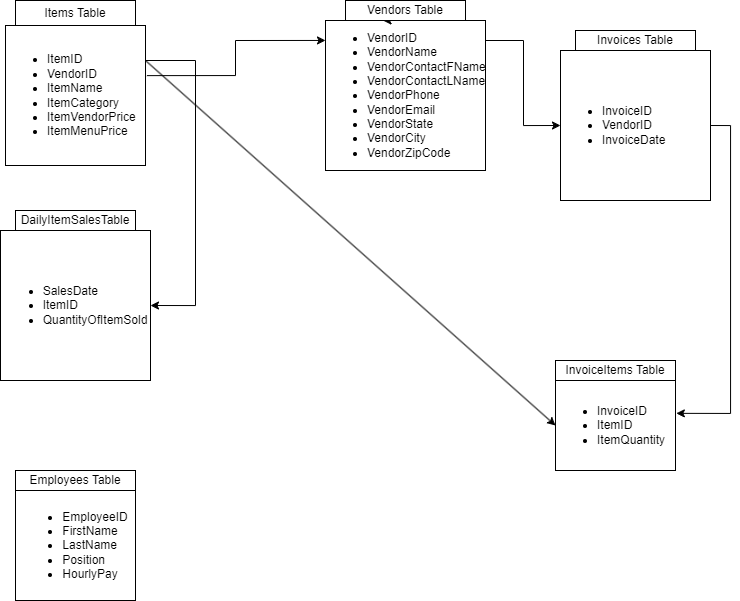
peterss7/sample_database keeps this draw.io diagram as Restaurant_db_diagram2.png. Above is the earlier version. Source tidied: cells renumbered, new cells last; positions are measured from the earlier drawing's top-left corner, leaving out a move shared by most shapes. The source it was exported from:
```xml
<mxGraphModel background="#ffffff">
  <root>
    <mxCell id="0" />
    <mxCell id="1" parent="0" />
    <mxCell id="2" style="edgeStyle=orthogonalEdgeStyle;rounded=0;jettySize=auto;html=1;exitX=1;exitY=0.25;exitDx=0;exitDy=0;entryX=0;entryY=0.5;entryDx=0;entryDy=0;" parent="1" edge="1" source="3" target="13">
      <mxGeometry relative="1" as="geometry">
        <Array as="points">
          <mxPoint x="485" y="40" />
          <mxPoint x="523" y="40" />
          <mxPoint x="523" y="125" />
        </Array>
      </mxGeometry>
    </mxCell>
    <mxCell id="3" value="&lt;ul&gt;&lt;li&gt;VendorID&lt;/li&gt;&lt;li&gt;VendorName&lt;/li&gt;&lt;li&gt;VendorContactFName&lt;/li&gt;&lt;li&gt;VendorContactLName&lt;/li&gt;&lt;li&gt;VendorPhone&lt;/li&gt;&lt;li&gt;VendorEmail&lt;/li&gt;&lt;li&gt;VendorState&lt;/li&gt;&lt;li&gt;VendorCity&lt;/li&gt;&lt;li&gt;VendorZipCode&lt;/li&gt;&lt;/ul&gt;" style="rounded=0;whiteSpace=wrap;html=1;align=left;labelPosition=center;verticalLabelPosition=middle;verticalAlign=middle;" parent="1" vertex="1">
      <mxGeometry x="325" y="20" width="160" height="150" as="geometry" />
    </mxCell>
    <mxCell id="4" style="edgeStyle=orthogonalEdgeStyle;rounded=0;orthogonalLoop=1;jettySize=auto;html=1;exitX=0.5;exitY=1;exitDx=0;exitDy=0;entryX=0.25;entryY=1;entryDx=0;entryDy=0;" parent="1" edge="1">
      <mxGeometry relative="1" as="geometry">
        <mxPoint x="405" y="20" as="sourcePoint" />
        <mxPoint x="382.5" y="20" as="targetPoint" />
      </mxGeometry>
    </mxCell>
    <mxCell id="5" style="edgeStyle=orthogonalEdgeStyle;rounded=0;jettySize=auto;html=1;exitX=1;exitY=0.25;exitDx=0;exitDy=0;entryX=1;entryY=0.5;entryDx=0;entryDy=0;" parent="1" edge="1" source="7" target="10">
      <mxGeometry relative="1" as="geometry">
        <Array as="points">
          <mxPoint x="195" y="60" />
          <mxPoint x="195" y="305" />
        </Array>
      </mxGeometry>
    </mxCell>
    <mxCell id="6" style="edgeStyle=orthogonalEdgeStyle;rounded=0;jettySize=auto;html=1;entryX=0;entryY=0.133;entryDx=0;entryDy=0;entryPerimeter=0;exitX=1.01;exitY=0.358;exitDx=0;exitDy=0;exitPerimeter=0;" parent="1" edge="1" source="7" target="3">
      <mxGeometry relative="1" as="geometry" />
    </mxCell>
    <mxCell id="7" value="&lt;ul&gt;&lt;li&gt;ItemID&lt;/li&gt;&lt;li&gt;VendorID&lt;/li&gt;&lt;li&gt;ItemName&lt;/li&gt;&lt;li&gt;ItemCategory&lt;/li&gt;&lt;li&gt;ItemVendorPrice&lt;/li&gt;&lt;li&gt;ItemMenuPrice&lt;/li&gt;&lt;/ul&gt;" style="whiteSpace=wrap;html=1;align=left;" parent="1" vertex="1">
      <mxGeometry x="5" y="25" width="140" height="140" as="geometry" />
    </mxCell>
    <mxCell id="8" value="Items Table" style="rounded=0;whiteSpace=wrap;html=1;" parent="1" vertex="1">
      <mxGeometry x="15" width="120" height="25" as="geometry" />
    </mxCell>
    <mxCell id="9" value="Vendors Table" style="rounded=0;whiteSpace=wrap;html=1;" parent="1" vertex="1">
      <mxGeometry x="345" width="120" height="20" as="geometry" />
    </mxCell>
    <mxCell id="10" value="&lt;div style=&quot;text-align: left;&quot;&gt;&lt;ul&gt;&lt;li&gt;&lt;span style=&quot;background-color: initial;&quot;&gt;SalesDate&lt;/span&gt;&lt;/li&gt;&lt;li&gt;&lt;span style=&quot;background-color: initial;&quot;&gt;ItemID&lt;/span&gt;&lt;/li&gt;&lt;li&gt;&lt;span style=&quot;background-color: initial;&quot;&gt;QuantityOfItemSold&lt;/span&gt;&lt;/li&gt;&lt;/ul&gt;&lt;/div&gt;" style="whiteSpace=wrap;html=1;" parent="1" vertex="1">
      <mxGeometry y="230" width="150" height="150" as="geometry" />
    </mxCell>
    <mxCell id="11" value="DailyItemSalesTable" style="rounded=0;whiteSpace=wrap;html=1;" parent="1" vertex="1">
      <mxGeometry x="15" y="210" width="120" height="20" as="geometry" />
    </mxCell>
    <mxCell id="12" style="edgeStyle=orthogonalEdgeStyle;rounded=0;jettySize=auto;html=1;exitX=1;exitY=0.5;exitDx=0;exitDy=0;entryX=1.007;entryY=0.365;entryDx=0;entryDy=0;entryPerimeter=0;" parent="1" edge="1" source="13" target="16">
      <mxGeometry relative="1" as="geometry" />
    </mxCell>
    <mxCell id="13" value="&lt;ul&gt;&lt;li&gt;&lt;span style=&quot;background-color: initial;&quot;&gt;InvoiceID&lt;/span&gt;&lt;/li&gt;&lt;li&gt;&lt;span style=&quot;background-color: initial;&quot;&gt;VendorID&lt;/span&gt;&lt;/li&gt;&lt;li&gt;&lt;span style=&quot;background-color: initial;&quot;&gt;InvoiceDate&lt;/span&gt;&lt;/li&gt;&lt;/ul&gt;" style="whiteSpace=wrap;html=1;align=left;" parent="1" vertex="1">
      <mxGeometry x="560" y="50" width="150" height="150" as="geometry" />
    </mxCell>
    <mxCell id="14" value="InvoiceItems Table" style="rounded=0;whiteSpace=wrap;html=1;" parent="1" vertex="1">
      <mxGeometry x="555" y="360" width="120" height="20" as="geometry" />
    </mxCell>
    <mxCell id="15" value="Invoices Table" style="rounded=0;whiteSpace=wrap;html=1;" parent="1" vertex="1">
      <mxGeometry x="575" y="30" width="120" height="20" as="geometry" />
    </mxCell>
    <mxCell id="16" value="&lt;ul&gt;&lt;li&gt;InvoiceID&lt;/li&gt;&lt;li&gt;ItemID&lt;/li&gt;&lt;li&gt;ItemQuantity&lt;/li&gt;&lt;/ul&gt;" style="rounded=0;whiteSpace=wrap;html=1;align=left;" parent="1" vertex="1">
      <mxGeometry x="555" y="380" width="120" height="90" as="geometry" />
    </mxCell>
    <mxCell id="17" value="&lt;ul&gt;&lt;li style=&quot;text-align: left;&quot;&gt;EmployeeID&lt;/li&gt;&lt;li style=&quot;text-align: left;&quot;&gt;FirstName&lt;/li&gt;&lt;li style=&quot;text-align: left;&quot;&gt;LastName&lt;/li&gt;&lt;li style=&quot;text-align: left;&quot;&gt;Position&lt;/li&gt;&lt;li style=&quot;text-align: left;&quot;&gt;HourlyPay&lt;/li&gt;&lt;/ul&gt;" style="rounded=0;whiteSpace=wrap;html=1;" parent="1" vertex="1">
      <mxGeometry x="15" y="490" width="120" height="110" as="geometry" />
    </mxCell>
    <mxCell id="18" value="Employees Table" style="rounded=0;whiteSpace=wrap;html=1;" parent="1" vertex="1">
      <mxGeometry x="15" y="470" width="120" height="20" as="geometry" />
    </mxCell>
    <mxCell id="19" style="endArrow=classic;html=1;rounded=0;exitX=1;exitY=0.25;exitDx=0;exitDy=0;entryX=0;entryY=0.5;entryDx=0;entryDy=0;" parent="1" edge="1" source="7" target="16">
      <mxGeometry relative="1" as="geometry" />
    </mxCell>
  </root>
</mxGraphModel>
```
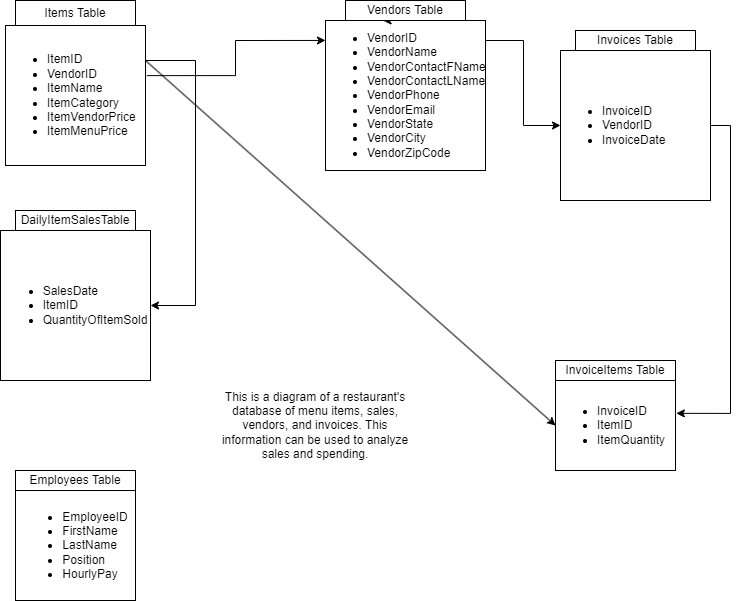
After the change.

Diff of the diagram source:
```diff
@@ -70,5 +70,8 @@
     <mxCell id="19" style="endArrow=classic;html=1;rounded=0;exitX=1;exitY=0.25;exitDx=0;exitDy=0;entryX=0;entryY=0.5;entryDx=0;entryDy=0;" parent="1" edge="1" source="7" target="16">
       <mxGeometry relative="1" as="geometry" />
     </mxCell>
+    <mxCell id="20" value="This is a diagram of a restaurant's database of menu items, sales, vendors, and invoices. This information can be used to analyze sales and spending." style="text;html=1;strokeColor=none;fillColor=none;align=center;verticalAlign=middle;whiteSpace=wrap;rounded=0;" parent="1" vertex="1">
+      <mxGeometry x="215" y="350" width="200" height="150" as="geometry" />
+    </mxCell>
   </root>
 </mxGraphModel>
```
